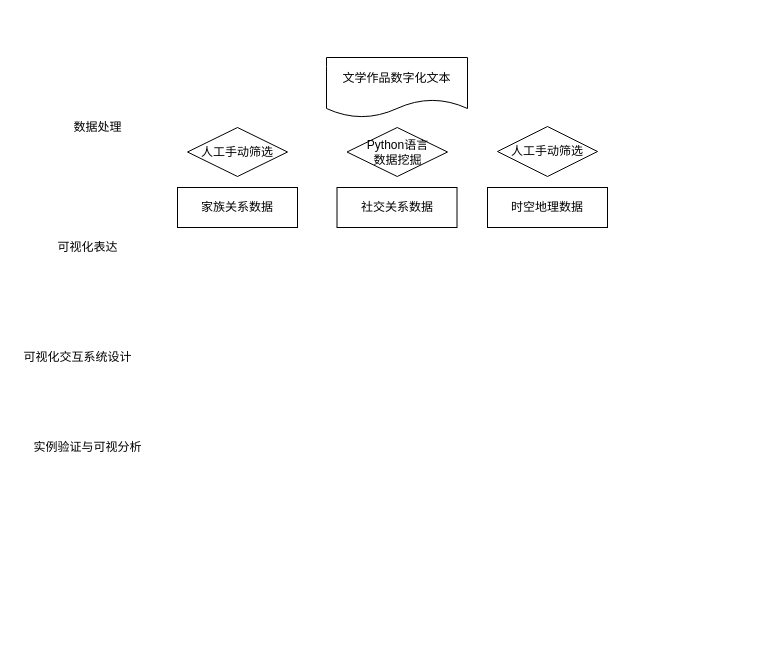
Earlier version of the draw.io diagram Papers/Untitled Diagram.drawio (susanteen/BIGChongloumengVIS). Source tidied: cells renumbered, new cells numbered last; positions are measured from the earlier drawing's top-left corner, leaving out a move shared by most shapes. Both pictures are drawn from the tidied source at 100%, with x=0, y=0 at pixel (17, 57).
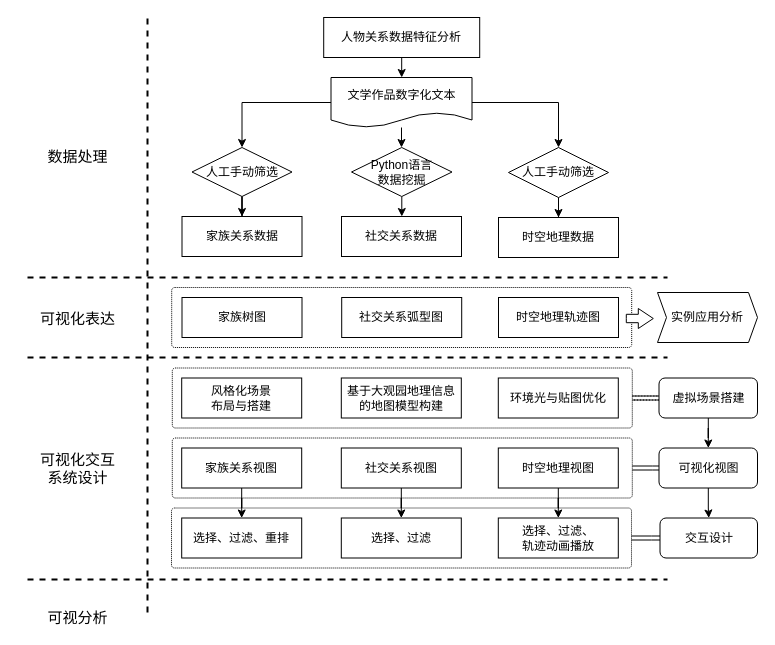
Above is the later version.

Commit message:
interaction system

The edit, as a diff of the source:
```diff
@@
+    <mxCell id="13" style="rounded=1;whiteSpace=wrap;html=1;fontSize=12;fillColor=none;dashed=1;dashPattern=1 1;arcSize=5;" parent="1" vertex="1">
+      <mxGeometry x="154.8" y="310.5" width="460" height="60" as="geometry" />
+    </mxCell>
+    <mxCell id="14" style="rounded=1;whiteSpace=wrap;html=1;fontSize=12;fillColor=none;dashed=1;dashPattern=1 1;arcSize=5;" parent="1" vertex="1">
+      <mxGeometry x="154.2" y="230" width="460" height="60" as="geometry" />
+    </mxCell>
+    <mxCell id="15" style="rounded=1;whiteSpace=wrap;html=1;fontSize=12;fillColor=none;dashed=1;dashPattern=1 1;arcSize=5;" parent="1" vertex="1">
+      <mxGeometry x="154.8" y="380.5" width="460" height="60" as="geometry" />
+    </mxCell>
+    <mxCell id="16" style="rounded=1;whiteSpace=wrap;html=1;fontSize=12;fillColor=none;dashed=1;dashPattern=1 1;arcSize=5;" parent="1" vertex="1">
+      <mxGeometry x="154" y="450.5" width="460" height="60" as="geometry" />
+    </mxCell>
-    <mxCell id="2" value="数据处理" style="text;html=1;align=center;verticalAlign=middle;strokeColor=none;fillColor=none;" parent="1" vertex="1">
-      <mxGeometry x="50" y="60" width="60" height="20" as="geometry" />
+    <mxCell id="2" value="&lt;font style=&quot;font-size: 15px;&quot;&gt;数据处理&lt;/font&gt;" style="text;html=1;align=center;verticalAlign=middle;strokeColor=none;fillColor=none;fontSize=15;" parent="1" vertex="1">
+      <mxGeometry x="20" y="89" width="80" height="20" as="geometry" />
     </mxCell>
-    <mxCell id="3" value="可视化表达" style="text;html=1;align=center;verticalAlign=middle;strokeColor=none;fillColor=none;" parent="1" vertex="1">
-      <mxGeometry x="30" y="180" width="80" height="20" as="geometry" />
+    <mxCell id="3" value="&lt;font style=&quot;font-size: 15px;&quot;&gt;可视化表达&lt;/font&gt;" style="text;html=1;align=center;verticalAlign=middle;strokeColor=none;fillColor=none;fontSize=15;" parent="1" vertex="1">
+      <mxGeometry x="15" y="251" width="90" height="20" as="geometry" />
     </mxCell>
-    <mxCell id="4" value="可视化交互系统设计" style="text;html=1;align=center;verticalAlign=middle;strokeColor=none;fillColor=none;" parent="1" vertex="1">
-      <mxGeometry y="290" width="120" height="20" as="geometry" />
+    <mxCell id="4" value="&lt;font style=&quot;font-size: 15px;&quot;&gt;可视化交互&lt;br style=&quot;font-size: 15px;&quot;&gt;系统设计&lt;/font&gt;" style="text;html=1;align=center;verticalAlign=middle;strokeColor=none;fillColor=none;fontSize=15;" parent="1" vertex="1">
+      <mxGeometry x="15" y="390.5" width="90" height="40" as="geometry" />
     </mxCell>
-    <mxCell id="5" value="实例验证与可视分析" style="text;html=1;align=center;verticalAlign=middle;strokeColor=none;fillColor=none;" parent="1" vertex="1">
-      <mxGeometry x="10" y="380" width="120" height="20" as="geometry" />
+    <mxCell id="5" value="&lt;font style=&quot;font-size: 15px;&quot;&gt;可视分析&lt;/font&gt;" style="text;html=1;align=center;verticalAlign=middle;strokeColor=none;fillColor=none;fontSize=15;" parent="1" vertex="1">
+      <mxGeometry x="20" y="550" width="80" height="20" as="geometry" />
     </mxCell>
+    <mxCell id="17" style="edgeStyle=orthogonalEdgeStyle;rounded=0;jettySize=auto;html=1;entryX=0.5;entryY=0;entryDx=0;entryDy=0;" parent="1" edge="1" source="6" target="11">
+      <mxGeometry relative="1" as="geometry" />
+    </mxCell>
+    <mxCell id="18" style="edgeStyle=orthogonalEdgeStyle;rounded=0;jettySize=auto;html=1;entryX=0.5;entryY=0;entryDx=0;entryDy=0;" parent="1" edge="1" source="6" target="10">
+      <mxGeometry relative="1" as="geometry" />
+    </mxCell>
+    <mxCell id="19" style="edgeStyle=orthogonalEdgeStyle;rounded=0;jettySize=auto;html=1;entryX=0.5;entryY=0;entryDx=0;entryDy=0;" parent="1" edge="1" source="6" target="12">
+      <mxGeometry relative="1" as="geometry" />
+    </mxCell>
     <mxCell id="6" value="文学作品数字化文本" style="shape=document;whiteSpace=wrap;html=1;boundedLbl=1;" parent="1" vertex="1">
-      <mxGeometry x="309" width="141" height="60" as="geometry" />
+      <mxGeometry x="313.5" y="20" width="141" height="50" as="geometry" />
     </mxCell>
     <mxCell id="7" value="社交关系数据" style="rounded=0;whiteSpace=wrap;html=1;" parent="1" vertex="1">
-      <mxGeometry x="319.5" y="130" width="120" height="40" as="geometry" />
+      <mxGeometry x="324" y="159" width="120" height="40" as="geometry" />
     </mxCell>
     <mxCell id="8" value="家族关系数据" style="rounded=0;whiteSpace=wrap;html=1;" parent="1" vertex="1">
-      <mxGeometry x="160" y="130" width="120" height="40" as="geometry" />
+      <mxGeometry x="164.5" y="159" width="120" height="40" as="geometry" />
     </mxCell>
     <mxCell id="9" value="时空地理数据" style="rounded=0;whiteSpace=wrap;html=1;" parent="1" vertex="1">
-      <mxGeometry x="470" y="130" width="120" height="40" as="geometry" />
+      <mxGeometry x="481" y="160" width="120" height="40" as="geometry" />
     </mxCell>
+    <mxCell id="20" style="edgeStyle=orthogonalEdgeStyle;rounded=0;jettySize=auto;html=1;" parent="1" edge="1" source="10" target="8">
+      <mxGeometry relative="1" as="geometry" />
+    </mxCell>
     <mxCell id="10" value="人工手动筛选" style="rhombus;whiteSpace=wrap;html=1;" parent="1" vertex="1">
-      <mxGeometry x="170" y="70" width="100" height="49" as="geometry" />
+      <mxGeometry x="174.5" y="90" width="100" height="49" as="geometry" />
     </mxCell>
+    <mxCell id="21" style="edgeStyle=orthogonalEdgeStyle;rounded=0;jettySize=auto;html=1;" parent="1" edge="1" source="11" target="7">
+      <mxGeometry relative="1" as="geometry" />
+    </mxCell>
     <mxCell id="11" value="Python语言&lt;br&gt;数据挖掘" style="rhombus;whiteSpace=wrap;html=1;" parent="1" vertex="1">
-      <mxGeometry x="329.5" y="70" width="100.5" height="49" as="geometry" />
+      <mxGeometry x="334" y="90" width="100.5" height="49" as="geometry" />
     </mxCell>
+    <mxCell id="22" style="edgeStyle=orthogonalEdgeStyle;rounded=0;jettySize=auto;html=1;" parent="1" edge="1" source="12" target="9">
+      <mxGeometry relative="1" as="geometry" />
+    </mxCell>
     <mxCell id="12" value="人工手动筛选" style="rhombus;whiteSpace=wrap;html=1;" parent="1" vertex="1">
-      <mxGeometry x="480" y="69" width="100" height="50" as="geometry" />
+      <mxGeometry x="491" y="90" width="100" height="50" as="geometry" />
     </mxCell>
+    <mxCell id="23" style="edgeStyle=orthogonalEdgeStyle;rounded=0;jettySize=auto;html=1;" parent="1" edge="1" source="24" target="6">
+      <mxGeometry relative="1" as="geometry" />
+    </mxCell>
+    <mxCell id="24" value="人物关系数据特征分析" style="rounded=0;whiteSpace=wrap;html=1;" parent="1" vertex="1">
+      <mxGeometry x="306.2" y="-40" width="156" height="40" as="geometry" />
+    </mxCell>
+    <mxCell id="25" value="家族树图" style="rounded=0;whiteSpace=wrap;html=1;" parent="1" vertex="1">
+      <mxGeometry x="164.5" y="240" width="120" height="40" as="geometry" />
+    </mxCell>
+    <mxCell id="26" value="社交关系弧型图" style="rounded=0;whiteSpace=wrap;html=1;" parent="1" vertex="1">
+      <mxGeometry x="324.2" y="240" width="120" height="40" as="geometry" />
+    </mxCell>
+    <mxCell id="27" value="时空地理轨迹图" style="rounded=0;whiteSpace=wrap;html=1;" parent="1" vertex="1">
+      <mxGeometry x="481" y="240" width="120" height="40" as="geometry" />
+    </mxCell>
+    <mxCell id="28" value="实例应用分析" style="shape=step;perimeter=stepPerimeter;whiteSpace=wrap;html=1;fixedSize=1;size=9;" parent="1" vertex="1">
+      <mxGeometry x="640" y="235" width="100" height="50" as="geometry" />
+    </mxCell>
+    <mxCell id="29" style="endArrow=none;dashed=1;html=1;rounded=0;strokeWidth=2;" parent="1" edge="1">
+      <mxGeometry relative="1" as="geometry">
+        <mxPoint x="10" y="220" as="sourcePoint" />
+        <mxPoint x="650" y="220" as="targetPoint" />
+      </mxGeometry>
+    </mxCell>
+    <mxCell id="30" style="endArrow=none;dashed=1;html=1;rounded=0;strokeWidth=2;" parent="1" edge="1">
+      <mxGeometry relative="1" as="geometry">
+        <mxPoint x="10" y="300" as="sourcePoint" />
+        <mxPoint x="650" y="300" as="targetPoint" />
+      </mxGeometry>
+    </mxCell>
+    <mxCell id="31" style="html=1;shadow=0;dashed=0;align=center;verticalAlign=middle;shape=mxgraph.arrows2.arrow;dy=0.58;dx=15;notch=0;" parent="1" vertex="1">
+      <mxGeometry x="608.8" y="251" width="27" height="20" as="geometry" />
+    </mxCell>
+    <mxCell id="32" value="风格化场景&lt;br&gt;布局与搭建" style="rounded=0;whiteSpace=wrap;html=1;" parent="1" vertex="1">
+      <mxGeometry x="164.2" y="320.5" width="120" height="40" as="geometry" />
+    </mxCell>
+    <mxCell id="33" value="基于大观园地理信息的地图模型构建" style="rounded=0;whiteSpace=wrap;html=1;" parent="1" vertex="1">
+      <mxGeometry x="323.8" y="320.5" width="120" height="40" as="geometry" />
+    </mxCell>
+    <mxCell id="34" value="环境光与贴图优化" style="rounded=0;whiteSpace=wrap;html=1;" parent="1" vertex="1">
+      <mxGeometry x="480.8" y="320.5" width="120" height="40" as="geometry" />
+    </mxCell>
+    <mxCell id="35" style="endArrow=none;dashed=1;html=1;rounded=0;strokeWidth=2;" parent="1" edge="1">
+      <mxGeometry relative="1" as="geometry">
+        <mxPoint x="130" y="-39" as="sourcePoint" />
+        <mxPoint x="130" y="561" as="targetPoint" />
+      </mxGeometry>
+    </mxCell>
+    <mxCell id="36" style="edgeStyle=orthogonalEdgeStyle;rounded=0;jettySize=auto;html=1;fontSize=12;strokeWidth=1;" parent="1" edge="1" source="39" target="48">
+      <mxGeometry relative="1" as="geometry" />
+    </mxCell>
+    <mxCell id="37" style="edgeStyle=orthogonalEdgeStyle;rounded=0;jettySize=auto;html=1;fontSize=12;strokeWidth=1;dashed=1;dashPattern=1 2;shape=link;" parent="1" edge="1" source="39" target="13">
+      <mxGeometry relative="1" as="geometry" />
+    </mxCell>
+    <mxCell id="38" style="edgeStyle=orthogonalEdgeStyle;shape=link;rounded=0;jettySize=auto;html=1;fontSize=12;strokeWidth=1;" parent="1" edge="1" source="39" target="13">
+      <mxGeometry relative="1" as="geometry" />
+    </mxCell>
+    <mxCell id="39" value="虚拟场景搭建" style="rounded=1;whiteSpace=wrap;html=1;fontSize=12;" parent="1" vertex="1">
+      <mxGeometry x="641.5" y="320.5" width="98.5" height="40" as="geometry" />
+    </mxCell>
+    <mxCell id="40" style="edgeStyle=orthogonalEdgeStyle;rounded=0;jettySize=auto;html=1;fontSize=12;strokeWidth=1;" parent="1" edge="1" source="41" target="49">
+      <mxGeometry relative="1" as="geometry" />
+    </mxCell>
+    <mxCell id="41" value="家族关系视图" style="rounded=0;whiteSpace=wrap;html=1;" parent="1" vertex="1">
+      <mxGeometry x="164.2" y="390.5" width="120" height="40" as="geometry" />
+    </mxCell>
+    <mxCell id="42" style="edgeStyle=orthogonalEdgeStyle;rounded=0;jettySize=auto;html=1;entryX=0.5;entryY=0;entryDx=0;entryDy=0;fontSize=12;strokeWidth=1;" parent="1" edge="1" source="43" target="50">
+      <mxGeometry relative="1" as="geometry" />
+    </mxCell>
+    <mxCell id="43" value="社交关系视图" style="rounded=0;whiteSpace=wrap;html=1;" parent="1" vertex="1">
+      <mxGeometry x="323.8" y="390.5" width="120" height="40" as="geometry" />
+    </mxCell>
+    <mxCell id="44" style="edgeStyle=orthogonalEdgeStyle;rounded=0;jettySize=auto;html=1;entryX=0.5;entryY=0;entryDx=0;entryDy=0;fontSize=12;strokeWidth=1;" parent="1" edge="1" source="45" target="51">
+      <mxGeometry relative="1" as="geometry" />
+    </mxCell>
+    <mxCell id="45" value="时空地理视图" style="rounded=0;whiteSpace=wrap;html=1;" parent="1" vertex="1">
+      <mxGeometry x="480.8" y="390.5" width="120" height="40" as="geometry" />
+    </mxCell>
+    <mxCell id="46" style="edgeStyle=orthogonalEdgeStyle;rounded=0;jettySize=auto;html=1;fontSize=12;strokeWidth=1;shape=link;" parent="1" edge="1" source="48" target="15">
+      <mxGeometry relative="1" as="geometry" />
+    </mxCell>
+    <mxCell id="47" style="edgeStyle=orthogonalEdgeStyle;rounded=0;jettySize=auto;html=1;fontSize=12;strokeWidth=1;" parent="1" edge="1" source="48" target="53">
+      <mxGeometry relative="1" as="geometry" />
+    </mxCell>
+    <mxCell id="48" value="可视化视图" style="rounded=1;whiteSpace=wrap;html=1;fontSize=12;" parent="1" vertex="1">
+      <mxGeometry x="641.5" y="390.5" width="98.5" height="40" as="geometry" />
+    </mxCell>
+    <mxCell id="49" value="选择、过滤、重排" style="rounded=0;whiteSpace=wrap;html=1;" parent="1" vertex="1">
+      <mxGeometry x="164.2" y="460.5" width="120" height="40" as="geometry" />
+    </mxCell>
+    <mxCell id="50" value="选择、过滤" style="rounded=0;whiteSpace=wrap;html=1;" parent="1" vertex="1">
+      <mxGeometry x="323.8" y="460.5" width="120" height="40" as="geometry" />
+    </mxCell>
+    <mxCell id="51" value="选择、过滤、&lt;br&gt;轨迹动画播放" style="rounded=0;whiteSpace=wrap;html=1;" parent="1" vertex="1">
+      <mxGeometry x="480.8" y="460.5" width="120" height="40" as="geometry" />
+    </mxCell>
+    <mxCell id="52" style="edgeStyle=orthogonalEdgeStyle;rounded=0;jettySize=auto;html=1;fontSize=12;strokeWidth=1;shape=link;" parent="1" edge="1" source="53" target="16">
+      <mxGeometry relative="1" as="geometry" />
+    </mxCell>
+    <mxCell id="53" value="交互设计" style="rounded=1;whiteSpace=wrap;html=1;fontSize=12;" parent="1" vertex="1">
+      <mxGeometry x="642.5" y="460.5" width="97.5" height="40" as="geometry" />
+    </mxCell>
+    <mxCell id="54" style="endArrow=none;dashed=1;html=1;rounded=0;strokeWidth=2;" parent="1" edge="1">
+      <mxGeometry relative="1" as="geometry">
+        <mxPoint x="10" y="522" as="sourcePoint" />
+        <mxPoint x="650" y="522" as="targetPoint" />
+      </mxGeometry>
+    </mxCell>
```
